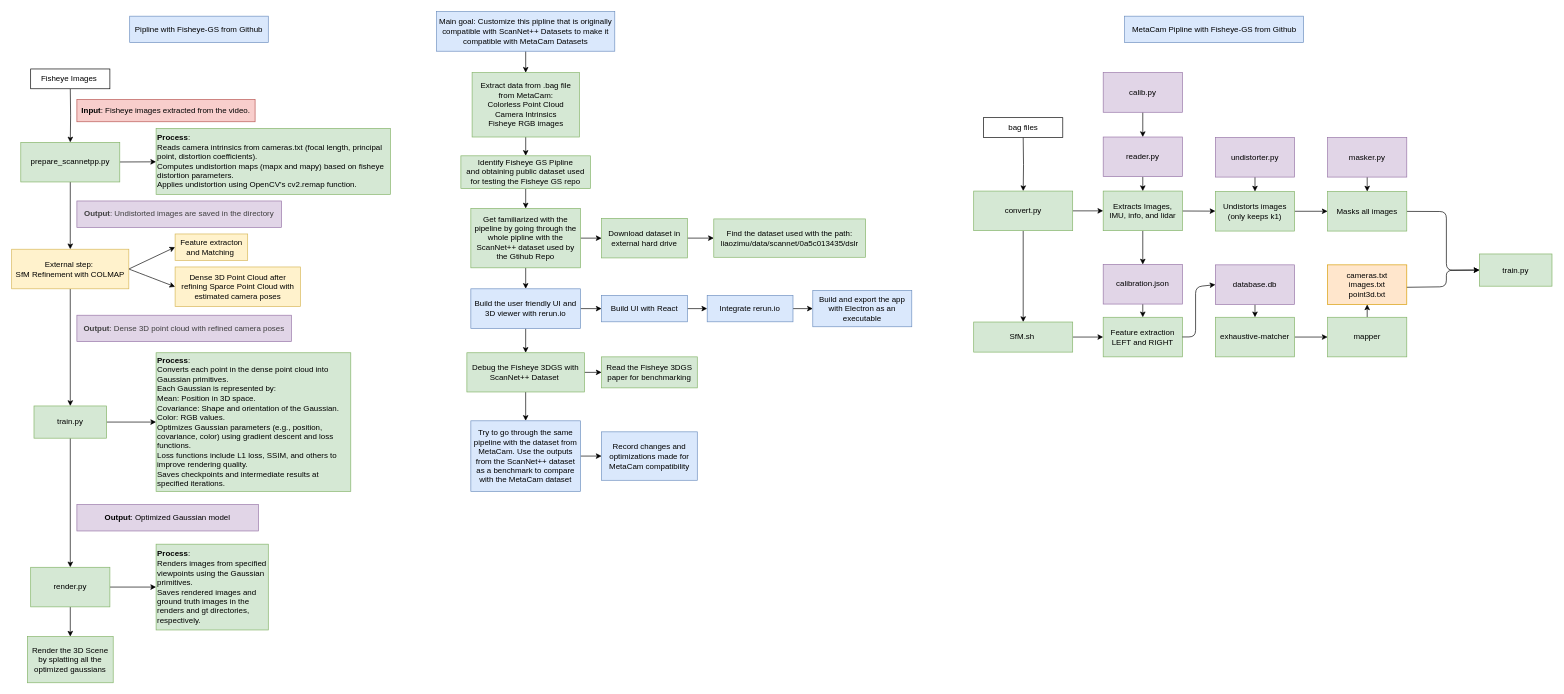
Earlier version of the draw.io diagram 3DGS Pipeline.drawio (aza1re/Fisheye-GS). Source tidied: cells renumbered, new cells numbered last; positions are measured from the earlier drawing's top-left corner, leaving out a move shared by most shapes. Both pictures are drawn from the tidied source at 66%, with x=0, y=0 at pixel (11, 11).
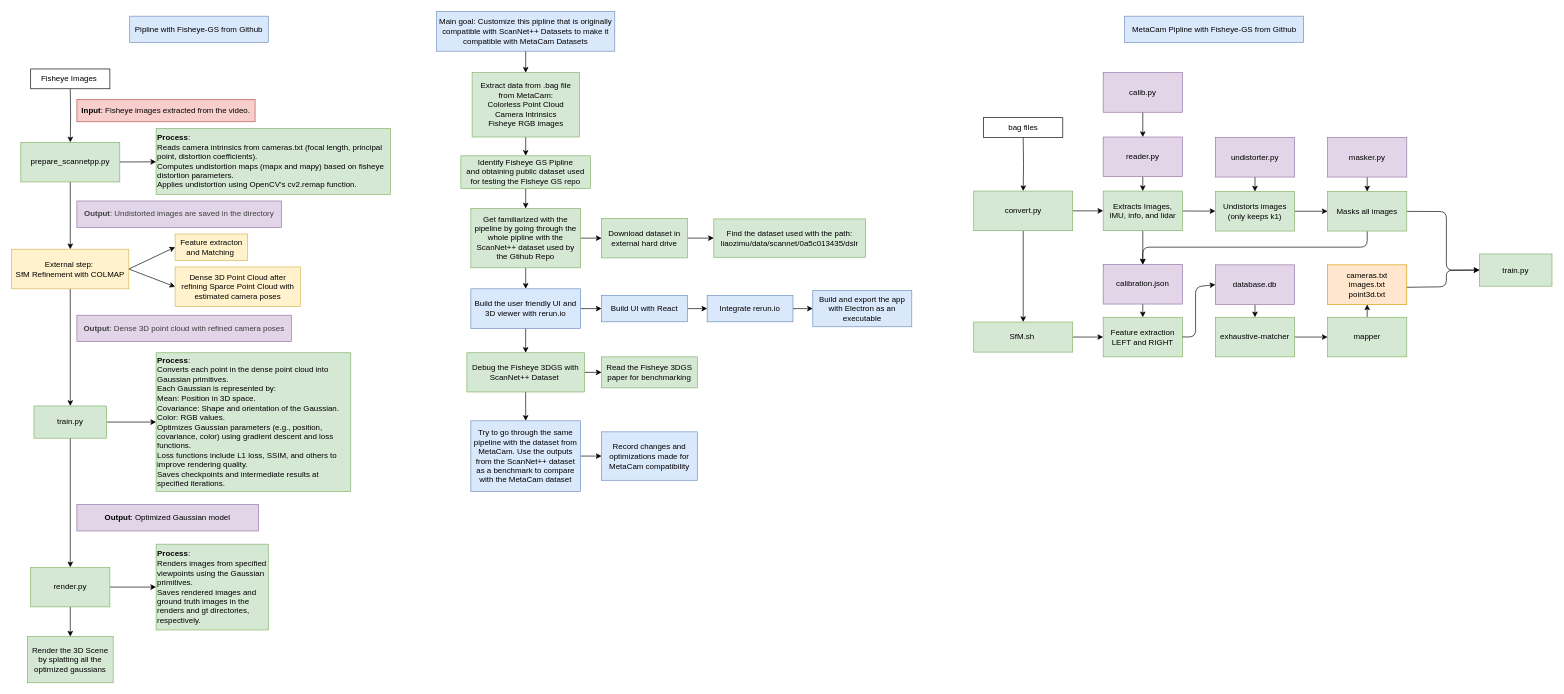
After the change.

Unchanged cells that the change refers to:
```xml
<mxCell id="70" value="Masks all images" style="whiteSpace=wrap;html=1;fillColor=#d5e8d4;strokeColor=#82b366;rounded=0;" parent="1" vertex="1">
  <mxGeometry x="1994" y="272.6" width="120" height="60" as="geometry" />
</mxCell>
<mxCell id="87" value="calibration.json" style="whiteSpace=wrap;html=1;fillColor=#e1d5e7;strokeColor=#9673a6;rounded=0;" parent="1" vertex="1">
  <mxGeometry x="1654" y="383.2" width="120" height="60" as="geometry" />
</mxCell>
```

What changed in the source:
```diff
@@
+    <mxCell id="91" style="edgeStyle=none;html=1;entryX=0.5;entryY=0;entryDx=0;entryDy=0;" parent="1" edge="1" source="70" target="87">
+      <mxGeometry relative="1" as="geometry">
+        <Array as="points">
+          <mxPoint x="2054" y="357" />
+          <mxPoint x="1714" y="357" />
+        </Array>
+      </mxGeometry>
+    </mxCell>
```
